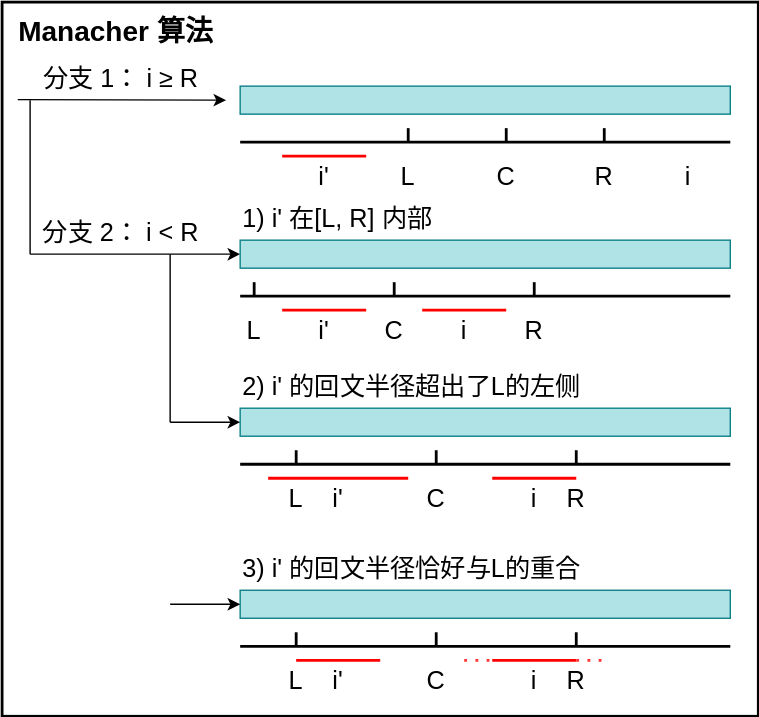
The draw.io diagram Algorithms/img/Manacher2.svg in TBD2021/Salt-and-Computer-Science, before a commit. Source tidied: cells renumbered, new cells last; positions are measured from the earlier drawing's top-left corner, leaving out a move shared by most shapes.
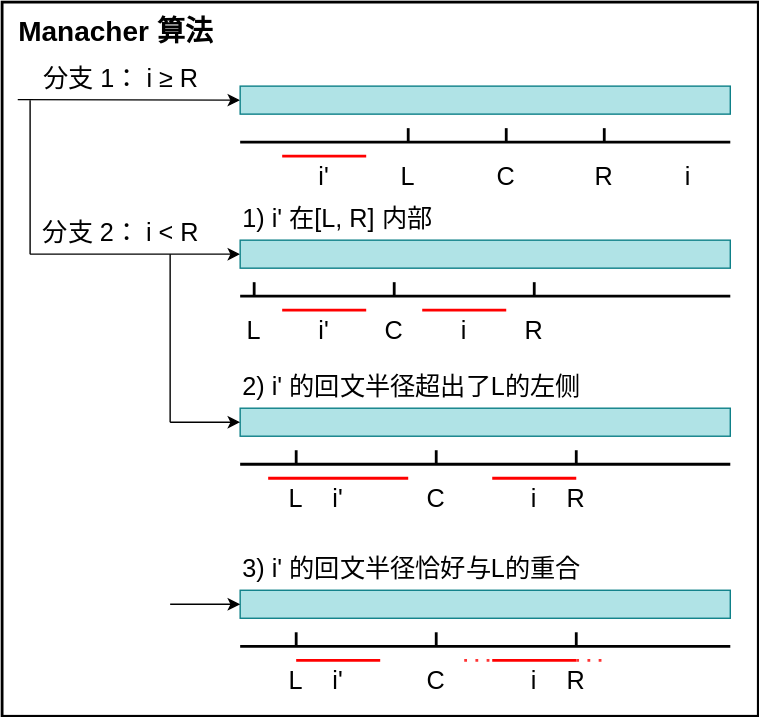
The same file after the commit.

Change to the diagram source:
```diff
@@ -10,10 +10,8 @@
         <mxGeometry x="10" width="220" height="40" as="geometry" />
       </mxCell>
     </object>
-    <mxCell id="4" style="endArrow=classic;html=1;rounded=0;labelBackgroundColor=none;fontColor=default;exitX=-0.068;exitY=0.987;exitDx=0;exitDy=0;exitPerimeter=0;" parent="1" edge="1" source="5">
-      <mxGeometry relative="1" as="geometry">
-        <mxPoint x="160" y="70" as="targetPoint" />
-      </mxGeometry>
+    <mxCell id="4" style="endArrow=classic;html=1;rounded=0;labelBackgroundColor=none;fontColor=default;exitX=-0.068;exitY=0.987;exitDx=0;exitDy=0;exitPerimeter=0;entryX=0;entryY=0.5;entryDx=0;entryDy=0;" parent="1" edge="1" source="5" target="6">
+      <mxGeometry relative="1" as="geometry" />
     </mxCell>
     <mxCell id="5" value="分支 1： i ≥ R" style="text;html=1;strokeColor=none;fillColor=none;align=center;verticalAlign=middle;whiteSpace=wrap;rounded=0;fontSize=18;fontFamily=Helvetica;labelBackgroundColor=none;" parent="1" vertex="1">
       <mxGeometry x="20" y="40" width="130" height="30" as="geometry" />
```
